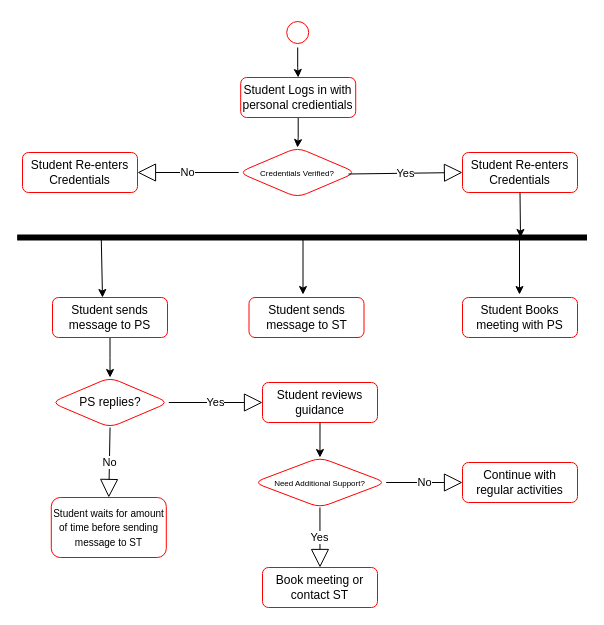
This is DIAGRAMS/Student Activity Diagram.drawio from 551462-Design-Develop-Deploy-24-25/001-port-individual-software-project-portfolio-MMukhtar1885, a draw.io file, before an edit. Source tidied: cells renumbered, new cells numbered last; positions are measured from the earlier drawing's top-left corner, leaving out a move shared by most shapes. Both pictures are drawn from the tidied source at 100%, with x=0, y=0 at pixel (22, -47).
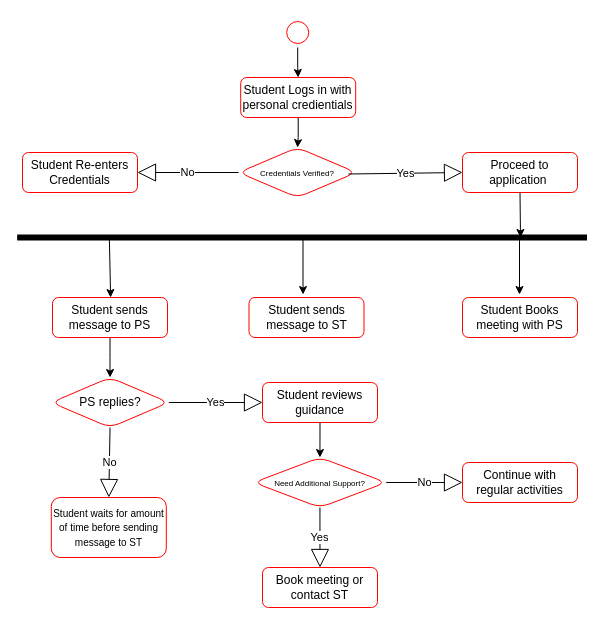
After the change.

The change refers to these unchanged cells:
```xml
<mxCell id="11" style="html=1;points=[];perimeter=orthogonalPerimeter;fillColor=strokeColor;rotation=90;" parent="1" vertex="1">
  <mxGeometry x="277.1" y="-0.4" width="5" height="568.8" as="geometry" />
</mxCell>
```

What changed in the source:
```diff
@@
-    <mxCell id="10" value="Student Re-enters Credentials" style="rounded=1;whiteSpace=wrap;html=1;fillColor=#FFFFFF;strokeColor=#ff0000;" parent="1" vertex="1">
+    <mxCell id="10" value="Proceed to application&amp;nbsp;" style="rounded=1;whiteSpace=wrap;html=1;fillColor=#FFFFFF;strokeColor=#ff0000;" parent="1" vertex="1">
       <mxGeometry x="440" y="199" width="115" height="40" as="geometry" />
     </mxCell>
@@
-    <mxCell id="13" style="endArrow=classic;html=1;rounded=0;exitX=1;exitY=0.853;exitDx=0;exitDy=0;exitPerimeter=0;" parent="1" edge="1" source="11">
+    <mxCell id="13" style="endArrow=classic;html=1;rounded=0;exitX=1;exitY=0.853;exitDx=0;exitDy=0;exitPerimeter=0;" parent="1" edge="1">
       <mxGeometry relative="1" as="geometry">
-        <mxPoint x="80" y="344" as="targetPoint" />
+        <mxPoint x="86.9" y="286.5" as="sourcePoint" />
+        <mxPoint x="88.1" y="344" as="targetPoint" />
       </mxGeometry>
     </mxCell>
```
